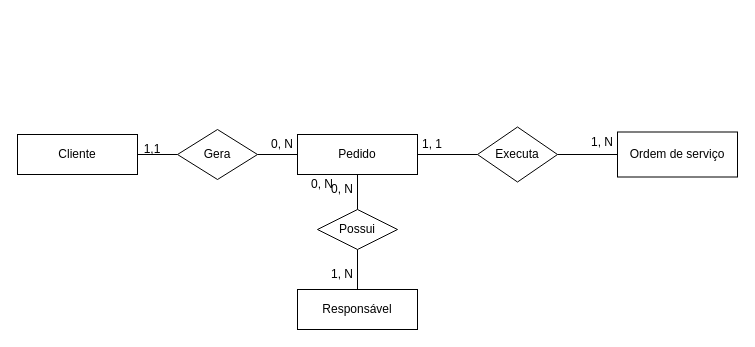
The draw.io diagram ecommerce.drawio in quintinomedeiros/br_ecommerce, before the edit. Source tidied: cells renumbered, new cells numbered last; positions are measured from the earlier drawing's top-left corner, leaving out a move shared by most shapes. Both pictures are drawn from the tidied source at 100%, with x=0, y=0 at pixel (17, 127).
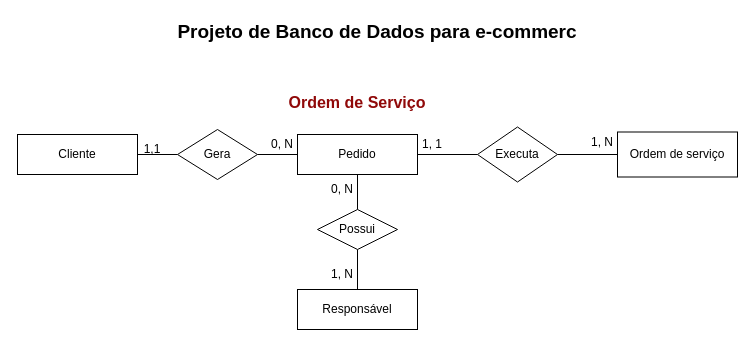
The same page after the edit.

Diff of the diagram source:
```diff
@@
-    <mxCell id="20" value="0, N" style="text;strokeColor=none;align=center;fillColor=none;html=1;verticalAlign=middle;whiteSpace=wrap;rounded=0;" parent="1" vertex="1">
-      <mxGeometry x="290" y="42" width="30" height="30" as="geometry" />
-    </mxCell>
@@
+    <mxCell id="22" value="&lt;font style=&quot;font-size: 19px;&quot;&gt;&lt;b&gt;Projeto de Banco de Dados para e-commerc&lt;/b&gt;&lt;/font&gt;" style="text;strokeColor=none;align=center;fillColor=none;html=1;verticalAlign=middle;whiteSpace=wrap;rounded=0;" parent="1" vertex="1">
+      <mxGeometry y="-110.5" width="720" height="30" as="geometry" />
+    </mxCell>
+    <mxCell id="23" value="&lt;font size=&quot;1&quot; color=&quot;#900909&quot; style=&quot;&quot;&gt;&lt;b style=&quot;font-size: 16px;&quot;&gt;Ordem de Serviço&lt;/b&gt;&lt;/font&gt;" style="text;strokeColor=none;align=center;fillColor=none;html=1;verticalAlign=middle;whiteSpace=wrap;rounded=0;" parent="1" vertex="1">
+      <mxGeometry x="210" y="-40.5" width="260" height="30" as="geometry" />
+    </mxCell>
```
